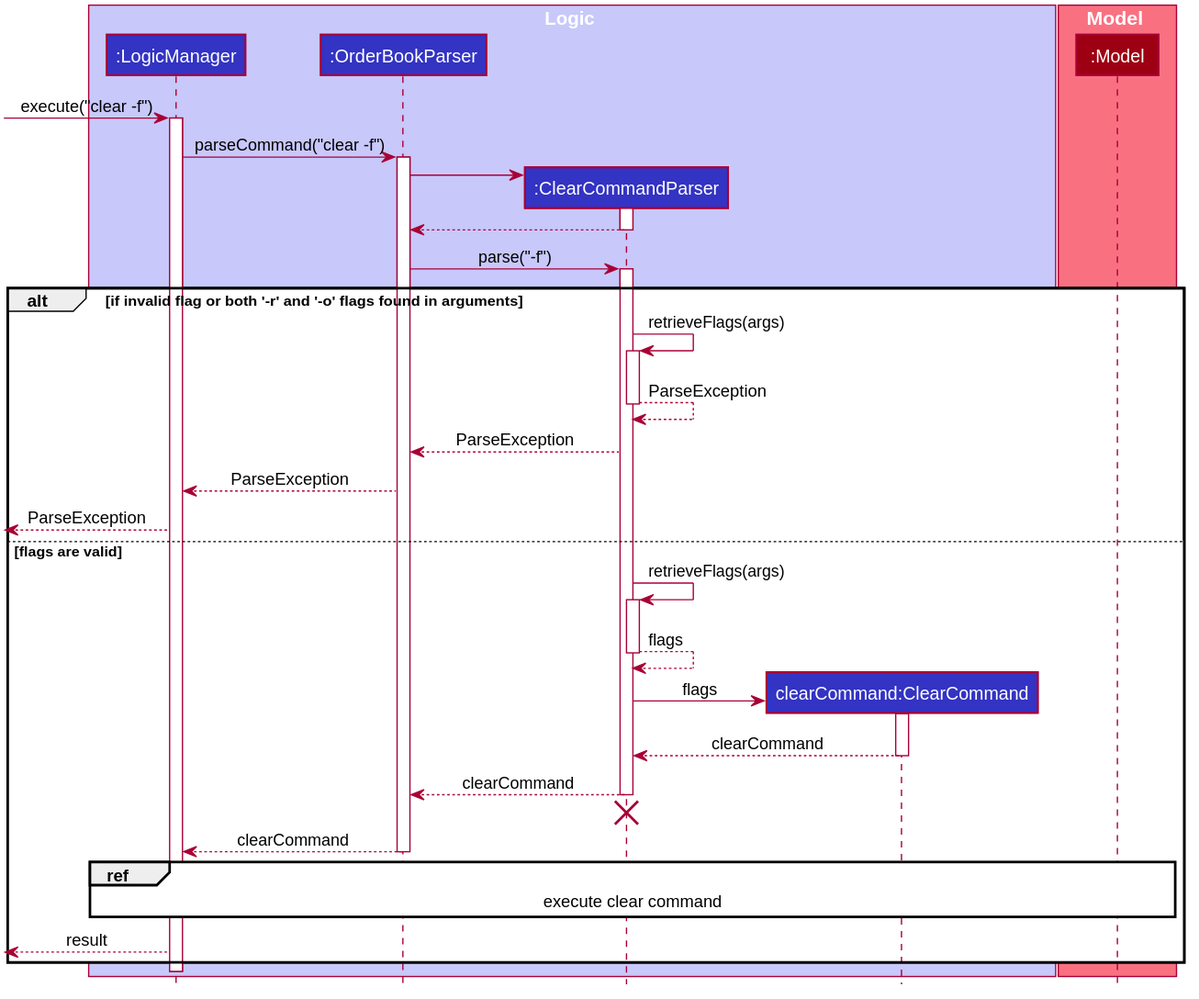
Before: docs/images/ClearCommandSequenceDiagram.svg, a diagram exported from PlantUML (nus-cs2103-AY1920S2/addressbook-level3).
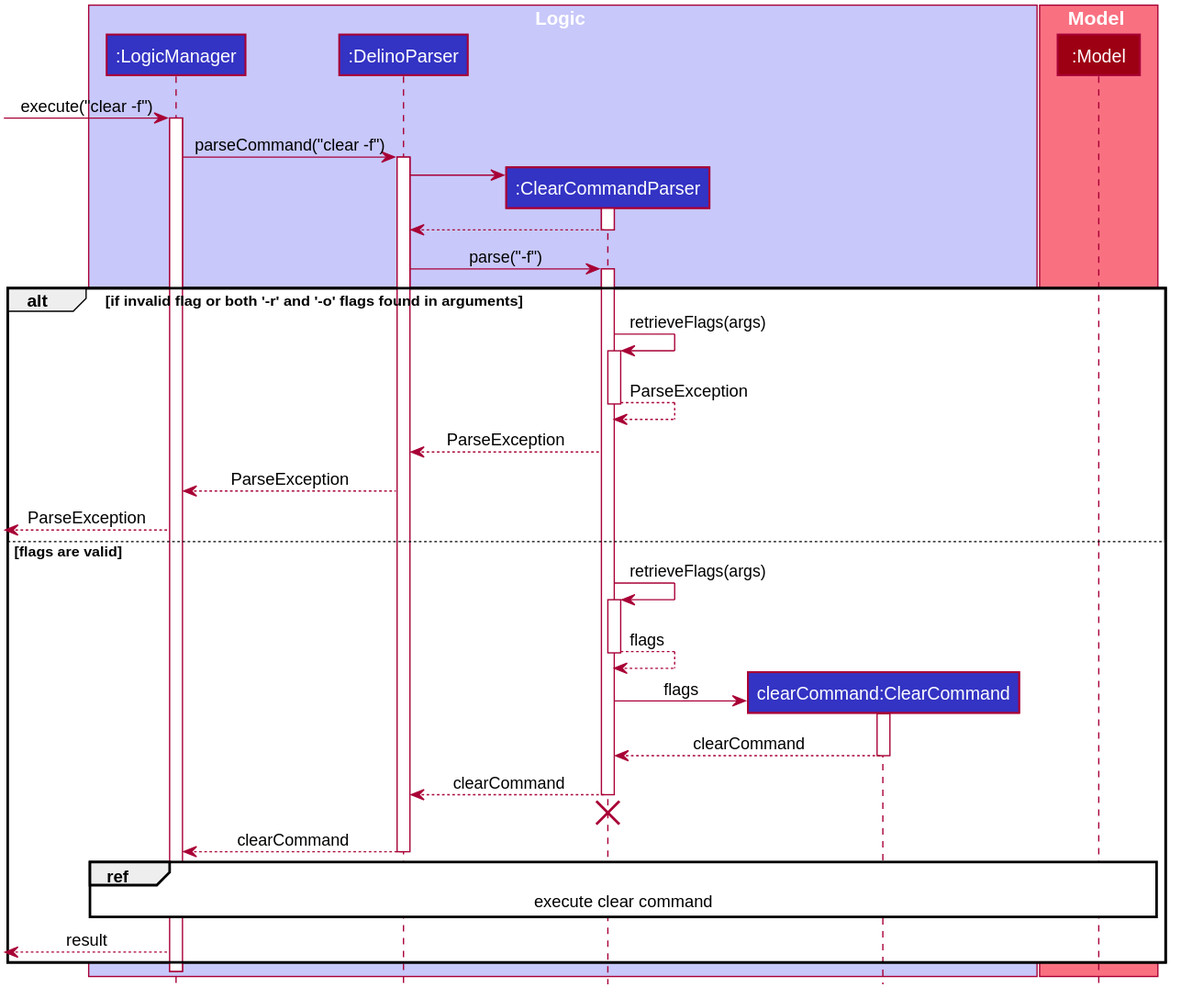
Above is the later version.

Commit message:
Update the ClearCommandSequenceDiagram and ImportCommandSequenceDiagram svg files due to the change of name for OrderBookParser to DelinoParser.

Diff of the diagram source:
```diff
@@ -49,7 +49,7 @@
 hide circle
 box Logic #C8C8FA
 participant ":LogicManager" as LogicManager #3333C4
-participant ":OrderBookParser" as OrderBookParser #3333C4
+participant ":DelinoParser" as DelinoParser #3333C4
 participant ":ClearCommandParser" as ClearCommandParser #3333C4
 participant "clearCommand:ClearCommand" as ClearCommand #3333C4
 end box
@@ -61,21 +61,21 @@
 [-> LogicManager : execute("clear -f")
 activate LogicManager
 
-LogicManager -> OrderBookParser : parseCommand("clear -f")
-activate OrderBookParser
+LogicManager -> DelinoParser : parseCommand("clear -f")
+activate DelinoParser
 
 create ClearCommandParser
-OrderBookParser -> ClearCommandParser ++
+DelinoParser -> ClearCommandParser ++
 
-ClearCommandParser --> OrderBookParser --
+ClearCommandParser --> DelinoParser --
 
-OrderBookParser -> ClearCommandParser ++ : parse("-f")
+DelinoParser -> ClearCommandParser ++ : parse("-f")
 
 alt if invalid flag or both '-r' and '-o' flags  found in arguments
     ClearCommandParser -> ClearCommandParser ++ : retrieveFlags(args)
     ClearCommandParser --> ClearCommandParser -- : ParseException
-    ClearCommandParser --> OrderBookParser : ParseException
-    OrderBookParser --> LogicManager : ParseException
+    ClearCommandParser --> DelinoParser : ParseException
+    DelinoParser --> LogicManager : ParseException
     [<-- LogicManager : ParseException
 else flags are valid
     ClearCommandParser -> ClearCommandParser ++ : retrieveFlags(args)
@@ -87,11 +87,11 @@
 
     ClearCommand --> ClearCommandParser -- : clearCommand
 
-    ClearCommandParser --> OrderBookParser -- : clearCommand
-    ClearCommandParser -[hidden]-> OrderBookParser
+    ClearCommandParser --> DelinoParser -- : clearCommand
+    ClearCommandParser -[hidden]-> DelinoParser
     destroy ClearCommandParser
 
-    OrderBookParser --> LogicManager -- : clearCommand
+    DelinoParser --> LogicManager -- : clearCommand
 
     ref over LogicManager,  Model : execute clear command
 
```
